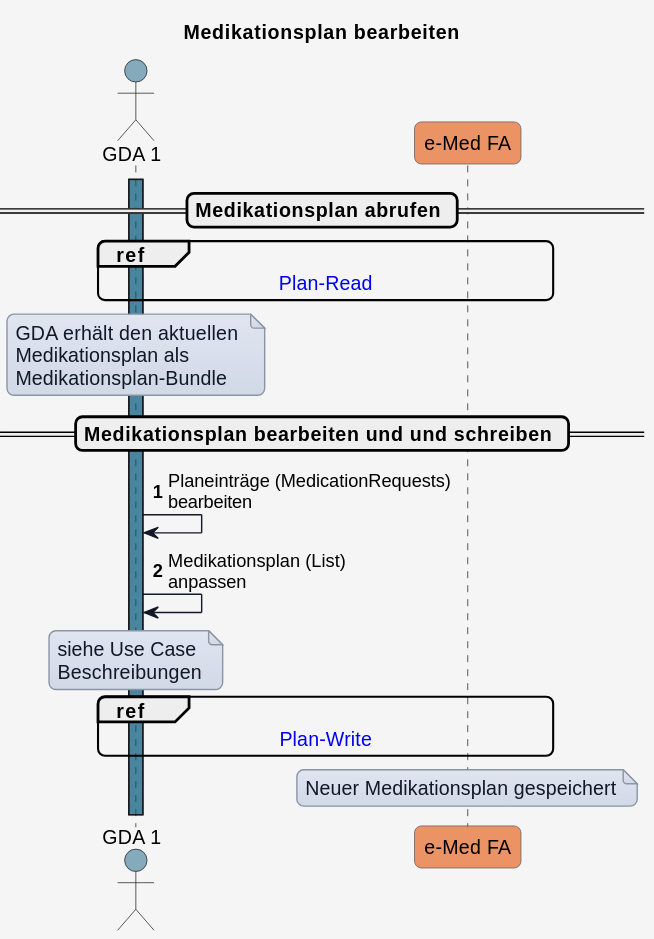
The PlantUML diagram input/images/plantuml/UC_eMed_02_02.svg in HL7Austria/ELGA-e-Medikation-R4, before a commit.
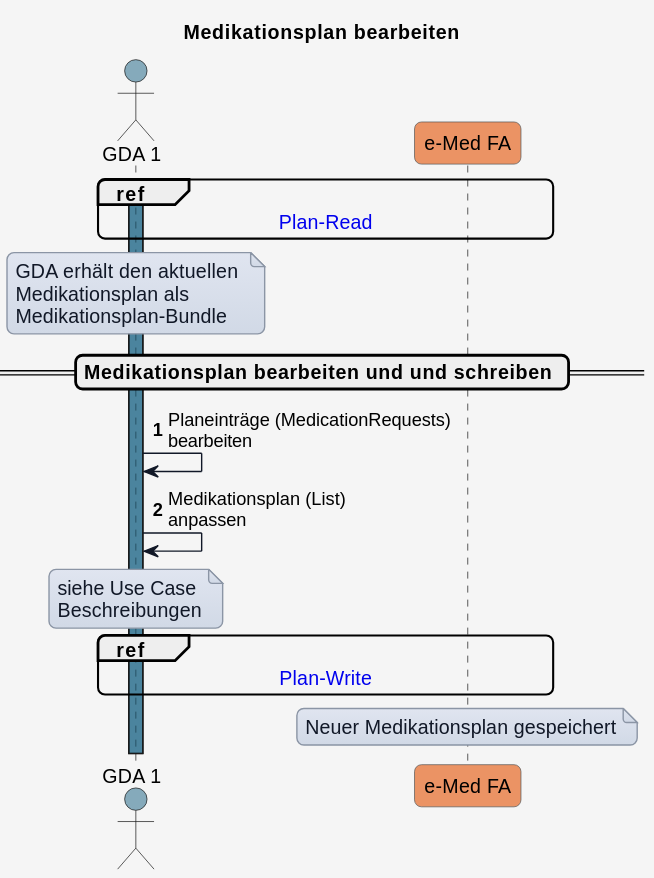
The same diagram one commit later.

The edit, as a diff of the source:
```diff
@@ -54,9 +54,6 @@
 
 autonumber
 
-
-== Medikationsplan abrufen ==
-
 activate GDA_1 COLOR_GDA_1
 
 ref over GDA_1, eMed_FA : [[interactions.html#sequenzdiagramm-plan-read Plan-Read]]
```
